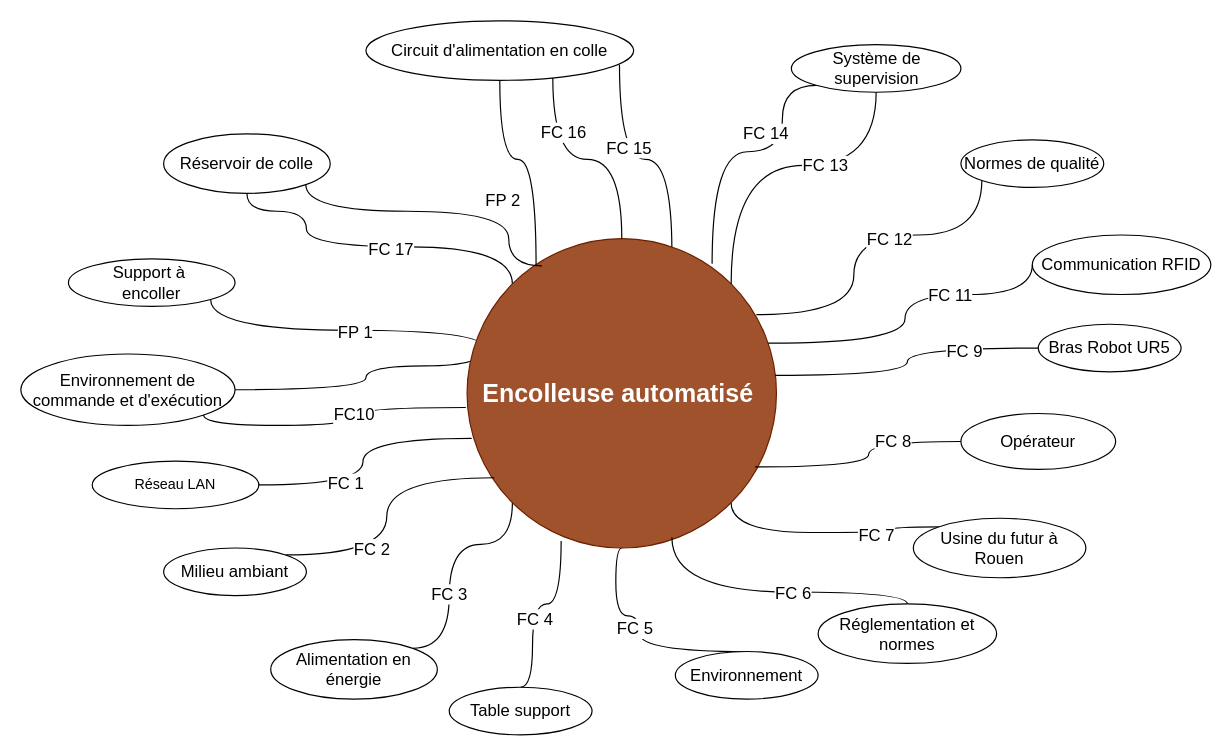
Before: Diagramme sans nom.drawio in FaMafaik/SysAutom, a draw.io diagram. Source tidied: cells renumbered, new cells numbered last; positions are measured from the earlier drawing's top-left corner, leaving out a move shared by most shapes. Both pictures are drawn from the tidied source at 119%, with x=0, y=0 at pixel (20, 20).
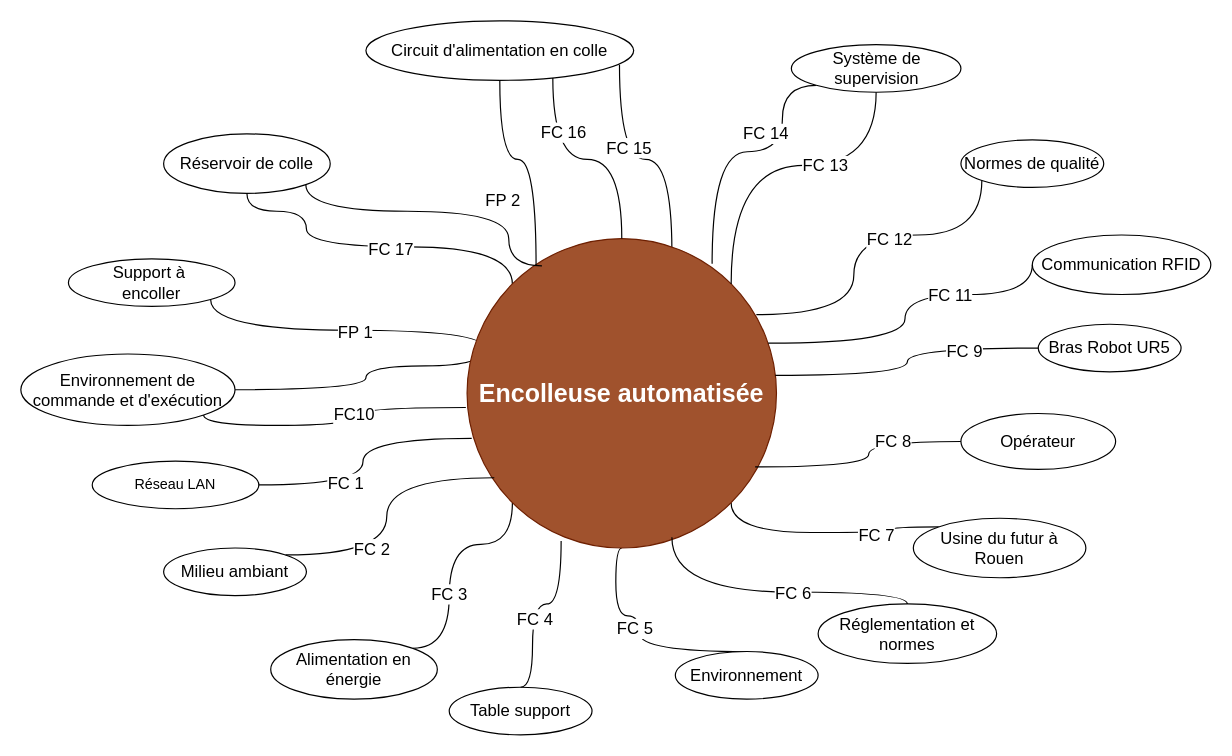
After the change.

Commit message (it also covers changes not shown here):
Mettre à jour Diagramme sans nom.drawio

What changed in the source:
```diff
@@
-    <mxCell id="30" value="&lt;b&gt;&lt;font style=&quot;font-size: 21px;&quot;&gt;Encolleuse automatisé&amp;nbsp;&lt;/font&gt;&lt;/b&gt;" style="ellipse;whiteSpace=wrap;html=1;fillColor=#a0522d;strokeColor=#6D1F00;fontColor=#ffffff;fontSize=14;" parent="1" vertex="1">
+    <mxCell id="30" value="&lt;b&gt;&lt;font style=&quot;font-size: 21px;&quot;&gt;Encolleuse automatisée&lt;/font&gt;&lt;/b&gt;" style="ellipse;whiteSpace=wrap;html=1;fillColor=#a0522d;strokeColor=#6D1F00;fontColor=#ffffff;fontSize=14;" parent="1" vertex="1">
       <mxGeometry x="375" y="183" width="260" height="260" as="geometry" />
     </mxCell>
```
